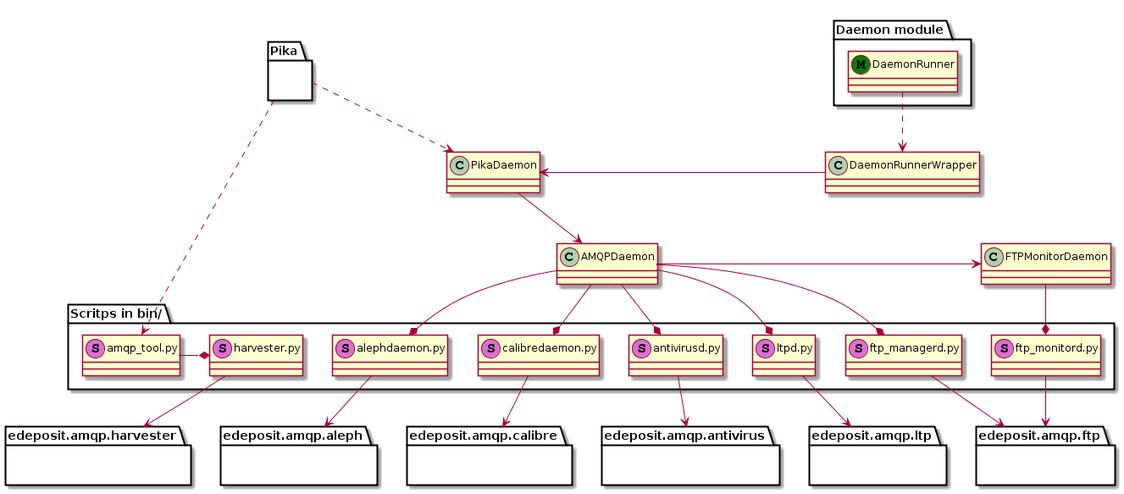
Before: docs/_static/structure.png, a diagram exported from PlantUML (edeposit/edeposit.amqp).
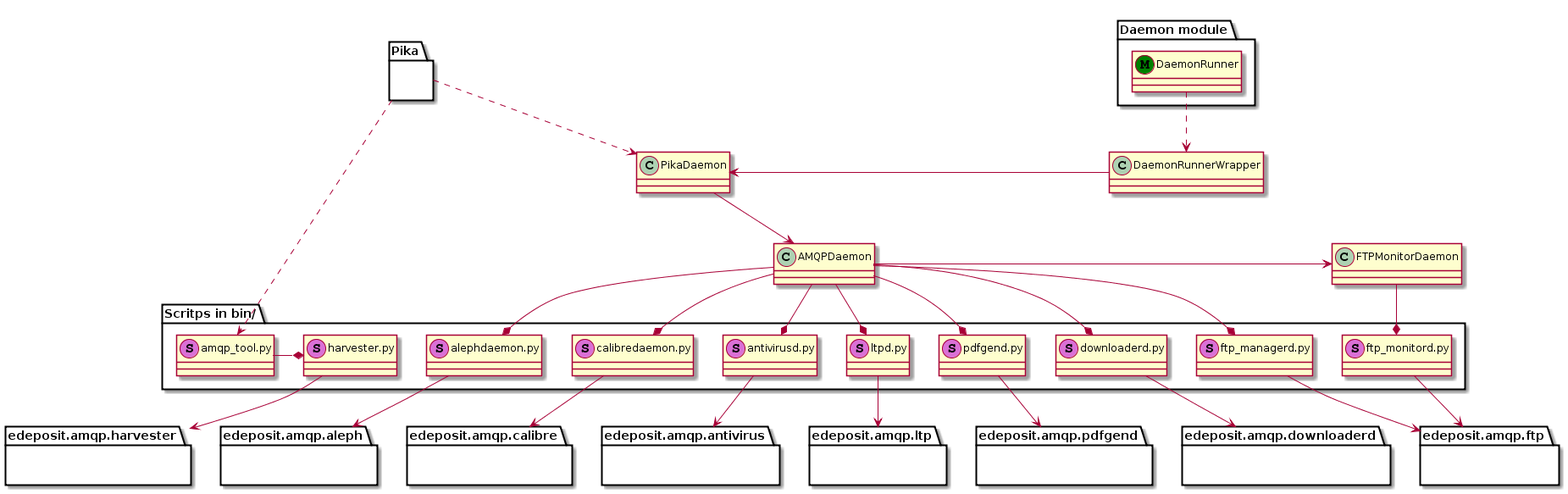
The same diagram one commit later.

Diff of the diagram source:
```diff
@@ -19,6 +19,8 @@
     class "amqp_tool.py" as amqp_tool <<(S, orchid)>>
     class "harvester.py" as harvester_sh <<(S, orchid)>>
     class "ltpd.py" as ltpd <<(S, orchid)>>
+    class "pdfgend.py" as pdfgend <<(S, orchid)>>
+    class "downloaderd.py" as downloaderd <<(S, orchid)>>
 }
 
 DaemonRunner ..> DaemonRunnerWrapper
@@ -32,6 +34,8 @@
 AMQPDaemon --* ftp_managerd
 AMQPDaemon --* antivirusd
 AMQPDaemon --* ltpd
+AMQPDaemon --* pdfgend
+AMQPDaemon --* downloaderd
 FTPMonitorDaemon --* ftp_monitord
 amqp_tool -r-* harvester_sh
 
@@ -47,6 +51,10 @@
 }
 package "edeposit.amqp.ltp" as ltp {
 }
+package "edeposit.amqp.pdfgend" as pdfgen {
+}
+package "edeposit.amqp.downloaderd" as downloader {
+}
 
 ftp_managerd -> ftp
 ftp_monitord -> ftp
@@ -55,4 +63,6 @@
 antivirusd -> antivirus
 harvester_sh -> harvester
 ltpd -> ltp
+pdfgend -> pdfgen
+downloaderd -> downloader
 @enduml
```
